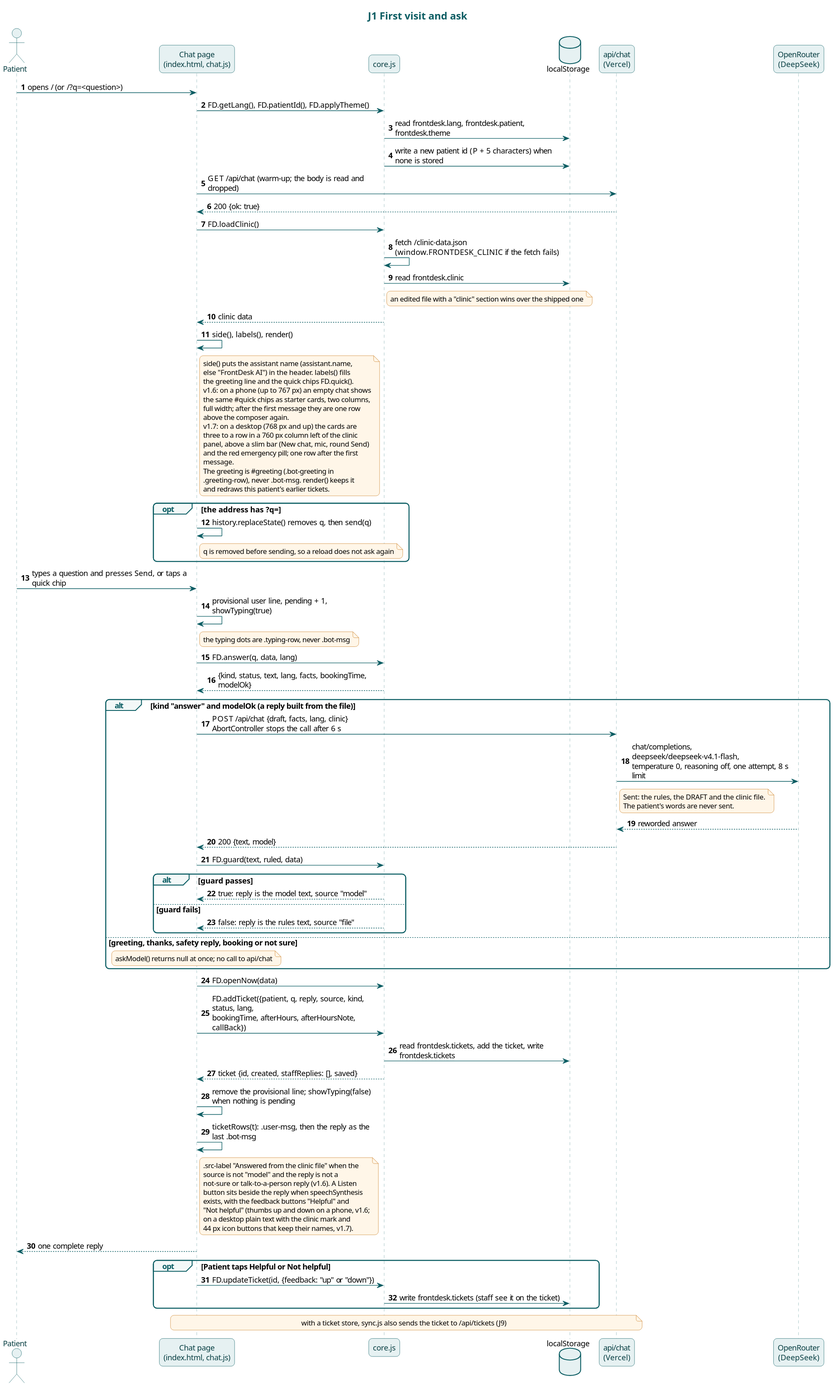
Above: docs/diagrams/j1-first-visit-and-ask.svg in karwasanjay007/frontdesk-ai-docs (PlantUML), before the change. Its diagram source:
```plantuml
@startuml
!include style.iuml
title J1 First visit and ask
actor Patient
participant "Chat page\n(index.html, chat.js)" as Chat
participant "core.js" as Core
database "localStorage" as LS
participant "api/chat\n(Vercel)" as API
participant "OpenRouter\n(DeepSeek)" as OR
autonumber

Patient -> Chat : opens / (or /?q=<question>)
Chat -> Core : FD.getLang(), FD.patientId(), FD.applyTheme()
Core -> LS : read frontdesk.lang, frontdesk.patient, frontdesk.theme
Core -> LS : write a new patient id (P + 5 characters) when none is stored
Chat -> API : GET /api/chat (warm-up; the body is read and dropped)
API --> Chat : 200 {ok: true}
Chat -> Core : FD.loadClinic()
Core -> Core : fetch /clinic-data.json\n(window.FRONTDESK_CLINIC if the fetch fails)
Core -> LS : read frontdesk.clinic
note right of Core : an edited file with a "clinic" section wins over the shipped one
Core --> Chat : clinic data
Chat -> Chat : side(), labels(), render()
note right of Chat
side() puts the assistant name (assistant.name,
else "FrontDesk AI") in the header. labels() fills
the greeting line and the quick chips FD.quick().
v1.6: on a phone (up to 767 px) an empty chat shows
the same #quick chips as starter cards, two columns,
full width; after the first message they are one row
above the composer again.
v1.7: on a desktop (768 px and up) the cards are
three to a row in a 760 px column left of the clinic
panel, above a slim bar (New chat, mic, round Send)
and the red emergency pill; one row after the first
message.
The greeting is #greeting (.bot-greeting in
.greeting-row), never .bot-msg. render() keeps it
and redraws this patient's earlier tickets.
end note

opt the address has ?q=
  Chat -> Chat : history.replaceState() removes q, then send(q)
  note right of Chat : q is removed before sending, so a reload does not ask again
end

Patient -> Chat : types a question and presses Send, or taps a quick chip
Chat -> Chat : provisional user line, pending + 1, showTyping(true)
note right of Chat : the typing dots are .typing-row, never .bot-msg
Chat -> Core : FD.answer(q, data, lang)
Core --> Chat : {kind, status, text, lang, facts, bookingTime, modelOk}

alt kind "answer" and modelOk (a reply built from the file)
  Chat -> API : POST /api/chat {draft, facts, lang, clinic}\nAbortController stops the call after 6 s
  API -> OR : chat/completions, deepseek/deepseek-v4.1-flash,\ntemperature 0, reasoning off, one attempt, 8 s limit
  note right of API
  Sent: the rules, the DRAFT and the clinic file.
  The patient's words are never sent.
  end note
  OR --> API : reworded answer
  API --> Chat : 200 {text, model}
  Chat -> Core : FD.guard(text, ruled, data)
  alt guard passes
    Core --> Chat : true: reply is the model text, source "model"
  else guard fails
    Core --> Chat : false: reply is the rules text, source "file"
  end
else greeting, thanks, safety reply, booking or not sure
  note over Chat : askModel() returns null at once; no call to api/chat
end

Chat -> Core : FD.openNow(data)
Chat -> Core : FD.addTicket({patient, q, reply, source, kind, status, lang,\nbookingTime, afterHours, afterHoursNote, callBack})
Core -> LS : read frontdesk.tickets, add the ticket, write frontdesk.tickets
Core --> Chat : ticket {id, created, staffReplies: [], saved}
Chat -> Chat : remove the provisional line; showTyping(false) when nothing is pending
Chat -> Chat : ticketRows(t): .user-msg, then the reply as the last .bot-msg
note right of Chat
.src-label "Answered from the clinic file" when the
source is not "model" and the reply is not a
not-sure or talk-to-a-person reply (v1.6). A Listen
button sits beside the reply when speechSynthesis
exists, with the feedback buttons "Helpful" and
"Not helpful" (thumbs up and down on a phone, v1.6;
on a desktop plain text with the clinic mark and
44 px icon buttons that keep their names, v1.7).
end note
Chat --> Patient : one complete reply
opt Patient taps Helpful or Not helpful
  Chat -> Core : FD.updateTicket(id, {feedback: "up" or "down"})
  Core -> LS : write frontdesk.tickets (staff see it on the ticket)
end
note over Chat, API : with a ticket store, sync.js also sends the ticket to /api/tickets (J9)
@enduml
```
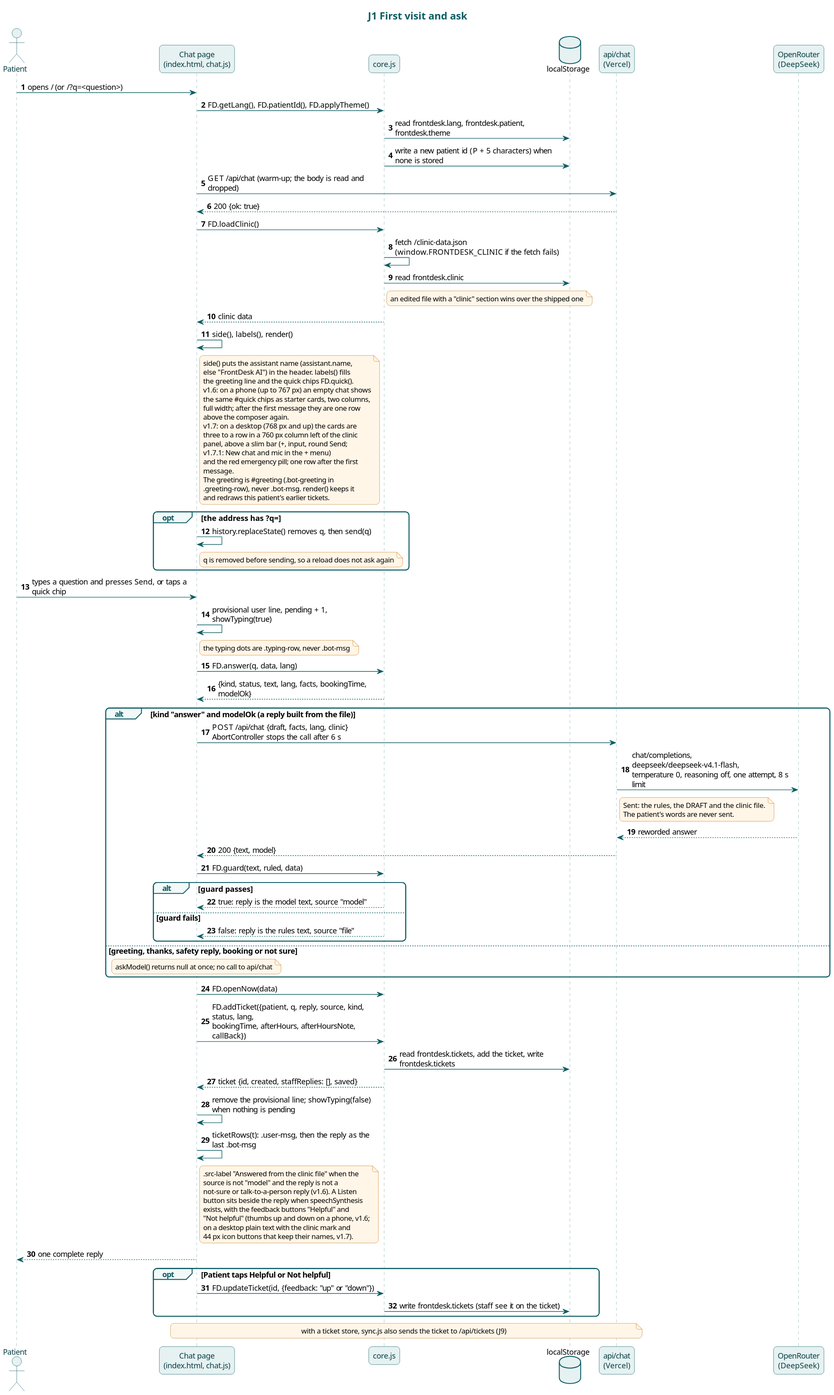
Later version of the same file.

Diff of the diagram source:
```diff
@@ -31,7 +31,8 @@
 above the composer again.
 v1.7: on a desktop (768 px and up) the cards are
 three to a row in a 760 px column left of the clinic
-panel, above a slim bar (New chat, mic, round Send)
+panel, above a slim bar (+, input, round Send;
+v1.7.1: New chat and mic in the + menu)
 and the red emergency pill; one row after the first
 message.
 The greeting is #greeting (.bot-greeting in
```
